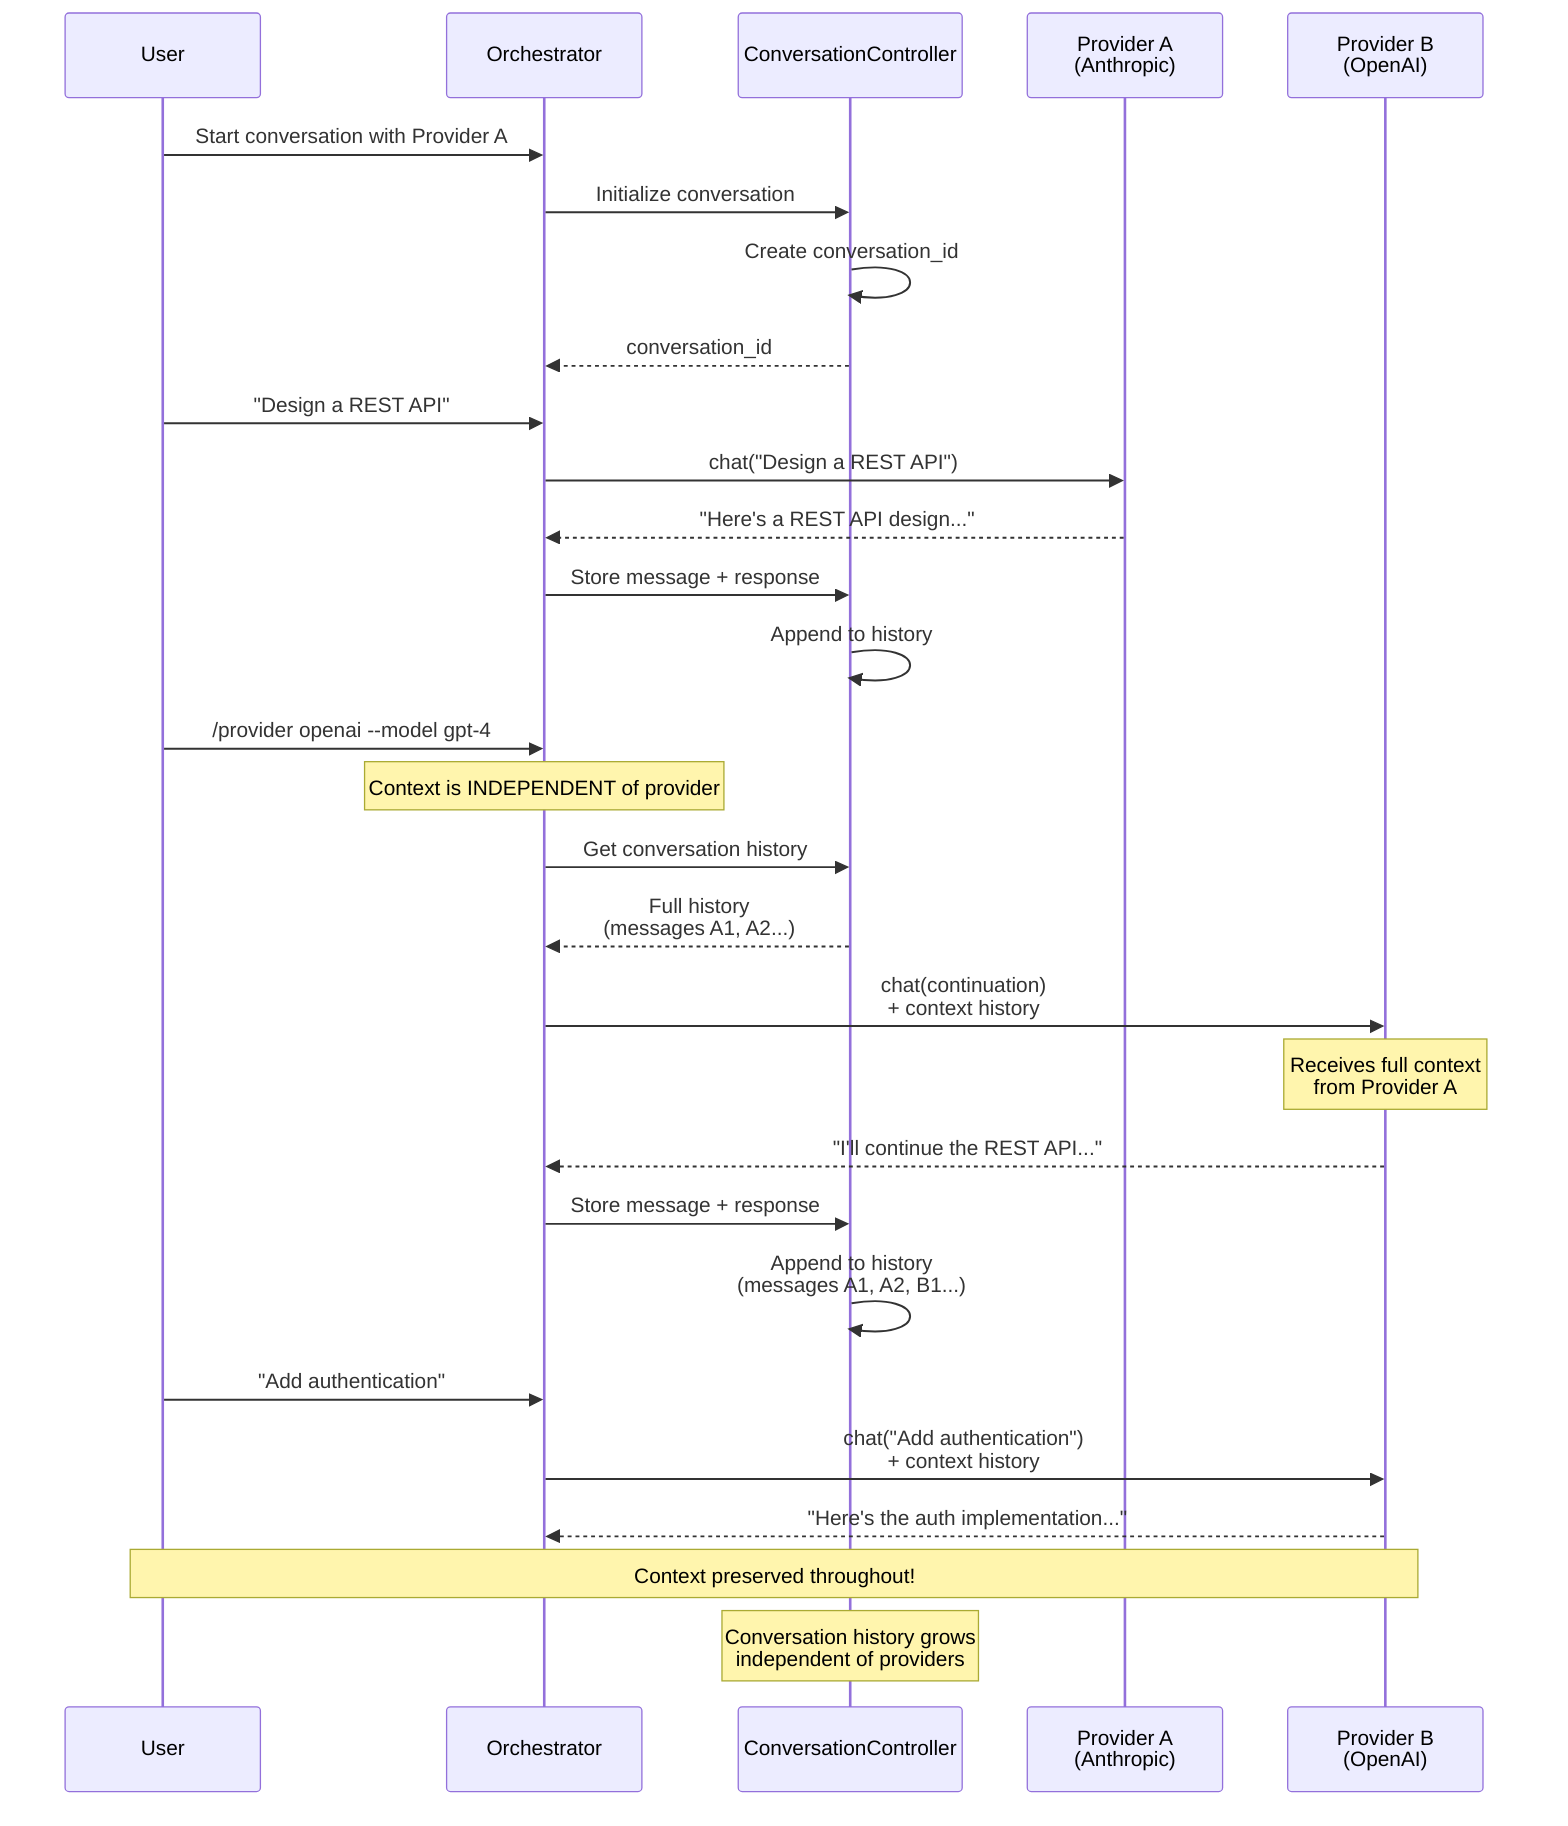
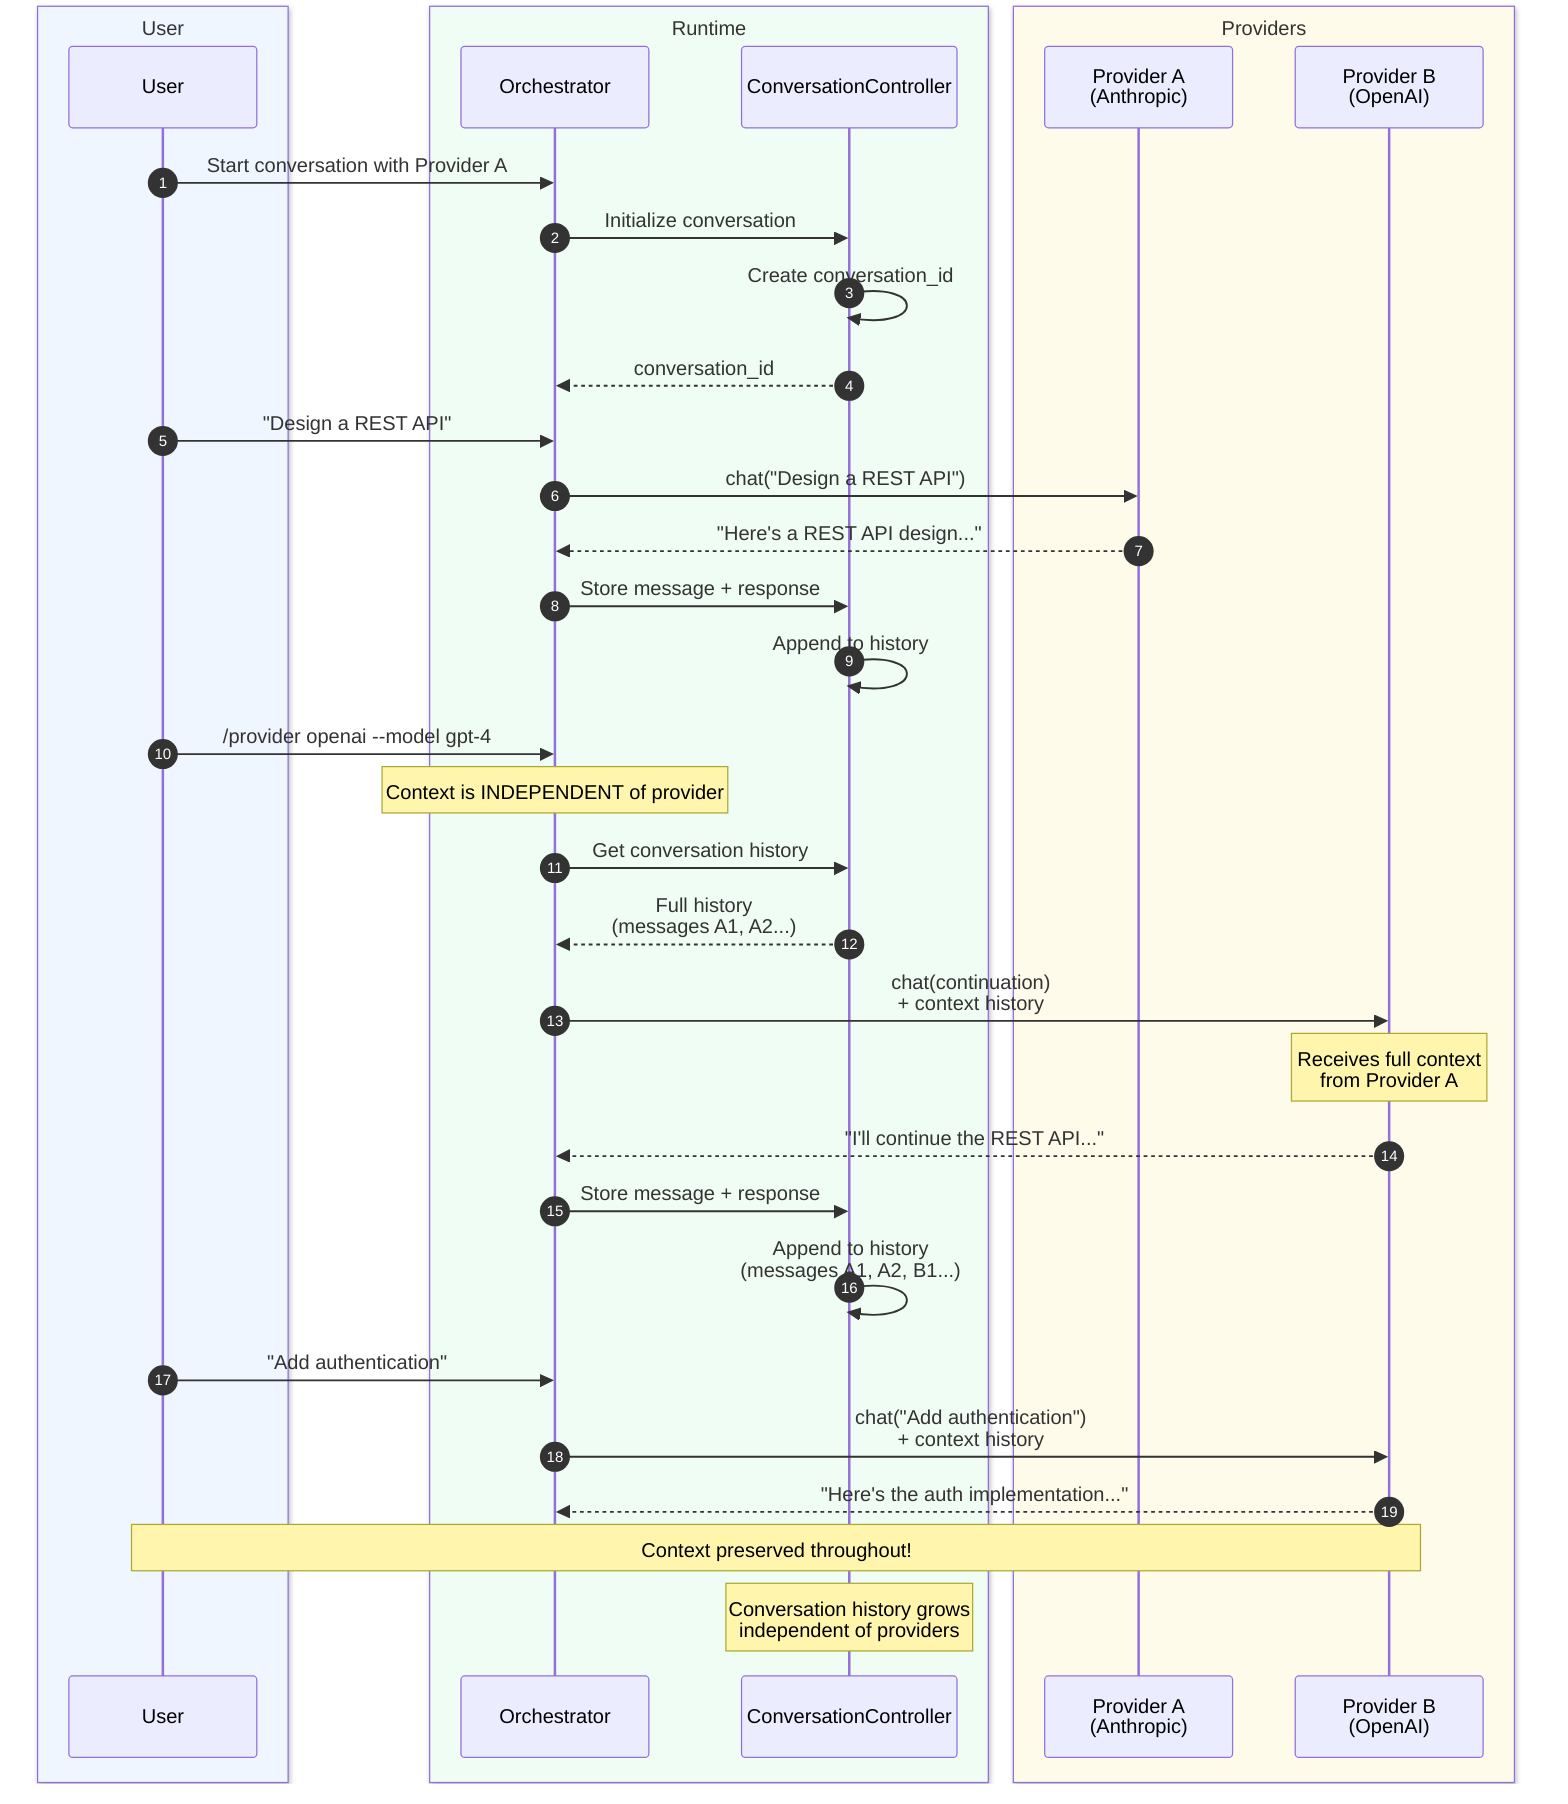
+ %% Provider switching preserves conversation context across LLM backends.
sequenceDiagram
-     participant User
-     participant Orchestrator
-     participant ConversationController
-     participant ProviderA as Provider A<br/>(Anthropic)
-     participant ProviderB as Provider B<br/>(OpenAI)
+     autonumber
+     box rgb(239,246,255) User
+         participant User
+     end
+     box rgb(240,253,244) Runtime
+         participant Orchestrator
+         participant ConversationController
+     end
+     box rgb(255,251,235) Providers
+         participant ProviderA as Provider A<br/>(Anthropic)
+         participant ProviderB as Provider B<br/>(OpenAI)
+     end

    %% Initial Context
    User->>Orchestrator: Start conversation with Provider A
    Orchestrator->>ConversationController: Initialize conversation
    ConversationController->>ConversationController: Create conversation_id
    ConversationController-->>Orchestrator: conversation_id

    User->>Orchestrator: "Design a REST API"
    Orchestrator->>ProviderA: chat("Design a REST API")
    ProviderA-->>Orchestrator: "Here's a REST API design..."
    Orchestrator->>ConversationController: Store message + response
    ConversationController->>ConversationController: Append to history

    %% Provider Switch (Context Preserved)
    User->>Orchestrator: /provider openai --model gpt-4

    Note over Orchestrator: Context is INDEPENDENT of provider

    Orchestrator->>ConversationController: Get conversation history
    ConversationController-->>Orchestrator: Full history<br/>(messages A1, A2...)

    Orchestrator->>ProviderB: chat(continuation)<br/>+ context history
    Note over ProviderB: Receives full context<br/>from Provider A

    ProviderB-->>Orchestrator: "I'll continue the REST API..."
    Orchestrator->>ConversationController: Store message + response
    ConversationController->>ConversationController: Append to history<br/>(messages A1, A2, B1...)

    User->>Orchestrator: "Add authentication"
    Orchestrator->>ProviderB: chat("Add authentication")<br/>+ context history
    ProviderB-->>Orchestrator: "Here's the auth implementation..."

    Note over User,ProviderB: Context preserved throughout!
    Note over ConversationController: Conversation history grows<br/>independent of providers
